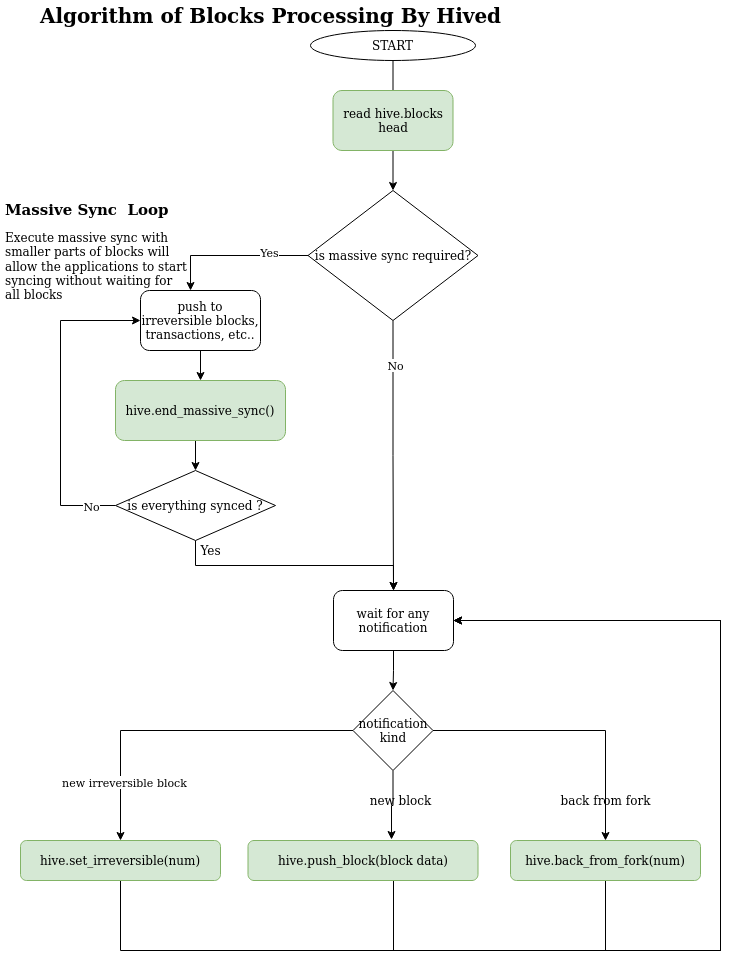
Before: src/hive_fork_manager/doc/evq_hived_process_blocks.png, a diagram exported from draw.io (openhive-network/HAfAH). Source tidied: cells renumbered, new cells last; positions are measured from the earlier drawing's top-left corner, leaving out a move shared by most shapes.
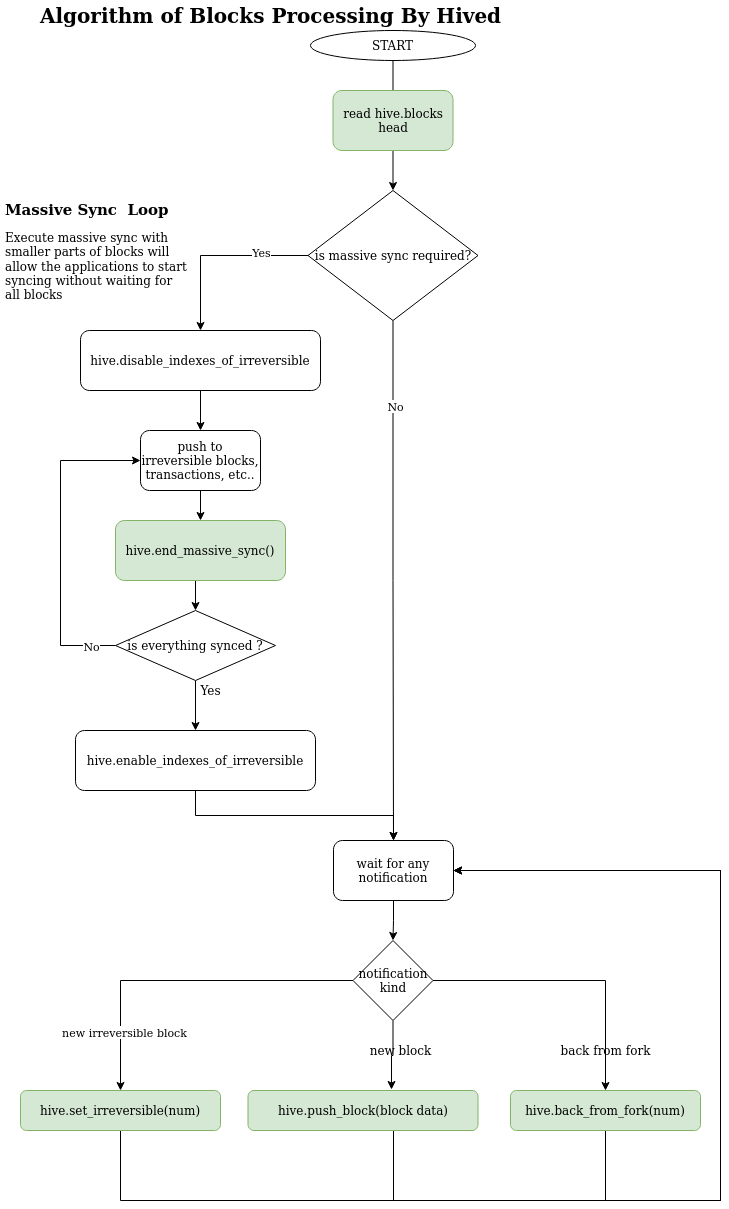
The same file after the commit.

Commit message:
move disable indexes/contraints from sql_serializer

The edit, as a diff of the source:
```diff
@@ -16,7 +16,7 @@
     <mxCell id="5" value="read hive.blocks head" style="rounded=1;whiteSpace=wrap;html=1;fillColor=#d5e8d4;strokeColor=#82b366;" parent="1" vertex="1">
       <mxGeometry x="332.5" y="90" width="120" height="60" as="geometry" />
     </mxCell>
-    <mxCell id="6" style="edgeStyle=orthogonalEdgeStyle;rounded=0;jettySize=auto;html=1;exitX=0;exitY=0.5;exitDx=0;exitDy=0;entryX=0.417;entryY=0;entryDx=0;entryDy=0;entryPerimeter=0;" parent="1" edge="1" source="10" target="12">
+    <mxCell id="6" style="edgeStyle=orthogonalEdgeStyle;rounded=0;jettySize=auto;html=1;exitX=0;exitY=0.5;exitDx=0;exitDy=0;entryX=0.5;entryY=0;entryDx=0;entryDy=0;" parent="1" edge="1" source="10" target="38">
       <mxGeometry relative="1" as="geometry" />
     </mxCell>
     <mxCell id="7" value="Yes" style="edgeLabel;html=1;align=center;verticalAlign=middle;" parent="6" vertex="1">
@@ -35,13 +35,13 @@
       <mxGeometry relative="1" as="geometry" />
     </mxCell>
     <mxCell id="12" value="push to irreversible blocks, transactions, etc.." style="rounded=1;whiteSpace=wrap;html=1;" parent="1" vertex="1">
-      <mxGeometry x="140" y="290" width="120" height="60" as="geometry" />
+      <mxGeometry x="140" y="430" width="120" height="60" as="geometry" />
     </mxCell>
     <mxCell id="13" style="edgeStyle=orthogonalEdgeStyle;rounded=0;jettySize=auto;html=1;exitX=0.5;exitY=1;exitDx=0;exitDy=0;entryX=0.5;entryY=0;entryDx=0;entryDy=0;" parent="1" edge="1" source="14" target="34">
       <mxGeometry relative="1" as="geometry" />
     </mxCell>
     <mxCell id="14" value="hive.end_massive_sync()" style="rounded=1;whiteSpace=wrap;html=1;fillColor=#d5e8d4;strokeColor=#82b366;" parent="1" vertex="1">
-      <mxGeometry x="115" y="380" width="170" height="60" as="geometry" />
+      <mxGeometry x="115" y="520" width="170" height="60" as="geometry" />
     </mxCell>
     <mxCell id="15" style="edgeStyle=orthogonalEdgeStyle;rounded=0;jettySize=auto;html=1;exitX=0.5;exitY=1;exitDx=0;exitDy=0;entryX=0.624;entryY=-0.025;entryDx=0;entryDy=0;entryPerimeter=0;" parent="1" edge="1" source="19" target="23">
       <mxGeometry relative="1" as="geometry" />
@@ -58,55 +58,55 @@
       <mxGeometry relative="1" as="geometry" />
     </mxCell>
     <mxCell id="19" value="notification kind" style="rhombus;whiteSpace=wrap;html=1;" parent="1" vertex="1">
-      <mxGeometry x="352.5" y="690" width="80" height="80" as="geometry" />
+      <mxGeometry x="352.5" y="940" width="80" height="80" as="geometry" />
     </mxCell>
     <mxCell id="20" style="edgeStyle=orthogonalEdgeStyle;rounded=0;jettySize=auto;html=1;exitX=0.5;exitY=1;exitDx=0;exitDy=0;" parent="1" edge="1" source="21" target="19">
       <mxGeometry relative="1" as="geometry" />
     </mxCell>
     <mxCell id="21" value="wait for any notification" style="rounded=1;whiteSpace=wrap;html=1;" parent="1" vertex="1">
-      <mxGeometry x="333" y="590" width="120" height="60" as="geometry" />
+      <mxGeometry x="333" y="840" width="120" height="60" as="geometry" />
     </mxCell>
     <mxCell id="22" style="edgeStyle=orthogonalEdgeStyle;rounded=0;jettySize=auto;html=1;exitX=0.5;exitY=1;exitDx=0;exitDy=0;entryX=1;entryY=0.5;entryDx=0;entryDy=0;" parent="1" edge="1" source="23" target="21">
       <mxGeometry relative="1" as="geometry">
         <Array as="points">
-          <mxPoint x="393" y="950" />
-          <mxPoint x="720" y="950" />
-          <mxPoint x="720" y="620" />
+          <mxPoint x="393" y="1200" />
+          <mxPoint x="720" y="1200" />
+          <mxPoint x="720" y="870" />
         </Array>
       </mxGeometry>
     </mxCell>
     <mxCell id="23" value="hive.push_block(block data)" style="rounded=1;whiteSpace=wrap;html=1;fillColor=#d5e8d4;strokeColor=#82b366;" parent="1" vertex="1">
-      <mxGeometry x="247.5" y="840" width="230" height="40" as="geometry" />
+      <mxGeometry x="247.5" y="1090" width="230" height="40" as="geometry" />
     </mxCell>
     <mxCell id="24" style="edgeStyle=orthogonalEdgeStyle;rounded=0;jettySize=auto;html=1;exitX=0.5;exitY=1;exitDx=0;exitDy=0;entryX=1;entryY=0.5;entryDx=0;entryDy=0;" parent="1" edge="1" source="25" target="21">
       <mxGeometry relative="1" as="geometry">
         <Array as="points">
-          <mxPoint x="120" y="950" />
-          <mxPoint x="720" y="950" />
-          <mxPoint x="720" y="620" />
+          <mxPoint x="120" y="1200" />
+          <mxPoint x="720" y="1200" />
+          <mxPoint x="720" y="870" />
         </Array>
       </mxGeometry>
     </mxCell>
     <mxCell id="25" value="hive.set_irreversible(num)" style="rounded=1;whiteSpace=wrap;html=1;fillColor=#d5e8d4;strokeColor=#82b366;" parent="1" vertex="1">
-      <mxGeometry x="20" y="840" width="200" height="40" as="geometry" />
+      <mxGeometry x="20" y="1090" width="200" height="40" as="geometry" />
     </mxCell>
     <mxCell id="26" style="edgeStyle=orthogonalEdgeStyle;rounded=0;jettySize=auto;html=1;exitX=0.5;exitY=1;exitDx=0;exitDy=0;entryX=1;entryY=0.5;entryDx=0;entryDy=0;" parent="1" edge="1" source="27" target="21">
       <mxGeometry relative="1" as="geometry">
         <Array as="points">
-          <mxPoint x="605" y="950" />
-          <mxPoint x="720" y="950" />
-          <mxPoint x="720" y="620" />
+          <mxPoint x="605" y="1200" />
+          <mxPoint x="720" y="1200" />
+          <mxPoint x="720" y="870" />
         </Array>
       </mxGeometry>
     </mxCell>
     <mxCell id="27" value="hive.back_from_fork(num)" style="rounded=1;whiteSpace=wrap;html=1;fillColor=#d5e8d4;strokeColor=#82b366;" parent="1" vertex="1">
-      <mxGeometry x="510" y="840" width="190" height="40" as="geometry" />
+      <mxGeometry x="510" y="1090" width="190" height="40" as="geometry" />
     </mxCell>
     <mxCell id="28" value="new block" style="text;html=1;align=center;verticalAlign=middle;strokeColor=none;" parent="1" vertex="1">
-      <mxGeometry x="360" y="790" width="80" height="20" as="geometry" />
+      <mxGeometry x="360" y="1040" width="80" height="20" as="geometry" />
     </mxCell>
     <mxCell id="29" value="back from fork" style="text;html=1;align=center;verticalAlign=middle;strokeColor=none;" parent="1" vertex="1">
-      <mxGeometry x="550" y="790" width="110" height="20" as="geometry" />
+      <mxGeometry x="550" y="1040" width="110" height="20" as="geometry" />
     </mxCell>
     <mxCell id="30" value="Algorithm of Blocks Processing By Hived" style="text;html=1;align=center;verticalAlign=middle;strokeColor=none;fontStyle=1;fontSize=20;" parent="1" vertex="1">
       <mxGeometry x="30" width="480" height="30" as="geometry" />
@@ -114,8 +114,8 @@
     <mxCell id="31" style="edgeStyle=orthogonalEdgeStyle;rounded=0;jettySize=auto;html=1;exitX=0;exitY=0.5;exitDx=0;exitDy=0;entryX=0;entryY=0.5;entryDx=0;entryDy=0;" parent="1" edge="1" source="34" target="12">
       <mxGeometry relative="1" as="geometry">
         <Array as="points">
-          <mxPoint x="60" y="505" />
-          <mxPoint x="60" y="320" />
+          <mxPoint x="60" y="645" />
+          <mxPoint x="60" y="460" />
         </Array>
       </mxGeometry>
     </mxCell>
@@ -124,17 +124,29 @@
         <mxPoint x="18" y="1" as="offset" />
       </mxGeometry>
     </mxCell>
-    <mxCell id="33" style="edgeStyle=orthogonalEdgeStyle;rounded=0;jettySize=auto;html=1;exitX=0.5;exitY=1;exitDx=0;exitDy=0;entryX=0.5;entryY=0;entryDx=0;entryDy=0;" parent="1" edge="1" source="34" target="21">
+    <mxCell id="33" style="edgeStyle=orthogonalEdgeStyle;rounded=0;jettySize=auto;html=1;exitX=0.5;exitY=1;exitDx=0;exitDy=0;entryX=0.5;entryY=0;entryDx=0;entryDy=0;" parent="1" edge="1" source="34" target="40">
       <mxGeometry relative="1" as="geometry" />
     </mxCell>
     <mxCell id="34" value="is everything synced ?" style="rhombus;whiteSpace=wrap;html=1;" parent="1" vertex="1">
-      <mxGeometry x="115" y="470" width="160" height="70" as="geometry" />
+      <mxGeometry x="115" y="610" width="160" height="70" as="geometry" />
     </mxCell>
     <mxCell id="35" value="Yes" style="text;html=1;align=center;verticalAlign=middle;strokeColor=none;" parent="1" vertex="1">
-      <mxGeometry x="190" y="540" width="40" height="20" as="geometry" />
+      <mxGeometry x="190" y="680" width="40" height="20" as="geometry" />
     </mxCell>
     <mxCell id="36" value="&lt;h1 style=&quot;font-size: 15px&quot;&gt;Massive Sync&amp;nbsp; Loop&lt;br&gt;&lt;/h1&gt;&lt;p&gt;Execute massive sync with smaller parts of blocks will allow the applications to start syncing without waiting for all blocks&lt;br&gt;&lt;/p&gt;" style="text;html=1;strokeColor=none;fillColor=none;spacing=5;spacingTop=-20;whiteSpace=wrap;overflow=hidden;rounded=0;" parent="1" vertex="1">
       <mxGeometry y="200" width="190" height="200" as="geometry" />
     </mxCell>
+    <mxCell id="37" style="edgeStyle=orthogonalEdgeStyle;rounded=0;jettySize=auto;html=1;exitX=0.5;exitY=1;exitDx=0;exitDy=0;entryX=0.5;entryY=0;entryDx=0;entryDy=0;" parent="1" edge="1" source="38" target="12">
+      <mxGeometry relative="1" as="geometry" />
+    </mxCell>
+    <mxCell id="38" value="hive.disable_indexes_of_irreversible" style="rounded=1;whiteSpace=wrap;html=1;" parent="1" vertex="1">
+      <mxGeometry x="80" y="330" width="240" height="60" as="geometry" />
+    </mxCell>
+    <mxCell id="39" style="edgeStyle=orthogonalEdgeStyle;rounded=0;jettySize=auto;html=1;exitX=0.5;exitY=1;exitDx=0;exitDy=0;entryX=0.5;entryY=0;entryDx=0;entryDy=0;" parent="1" edge="1" source="40" target="21">
+      <mxGeometry relative="1" as="geometry" />
+    </mxCell>
+    <mxCell id="40" value="hive.enable_indexes_of_irreversible" style="rounded=1;whiteSpace=wrap;html=1;" parent="1" vertex="1">
+      <mxGeometry x="75" y="730" width="240" height="60" as="geometry" />
+    </mxCell>
   </root>
 </mxGraphModel>
```
